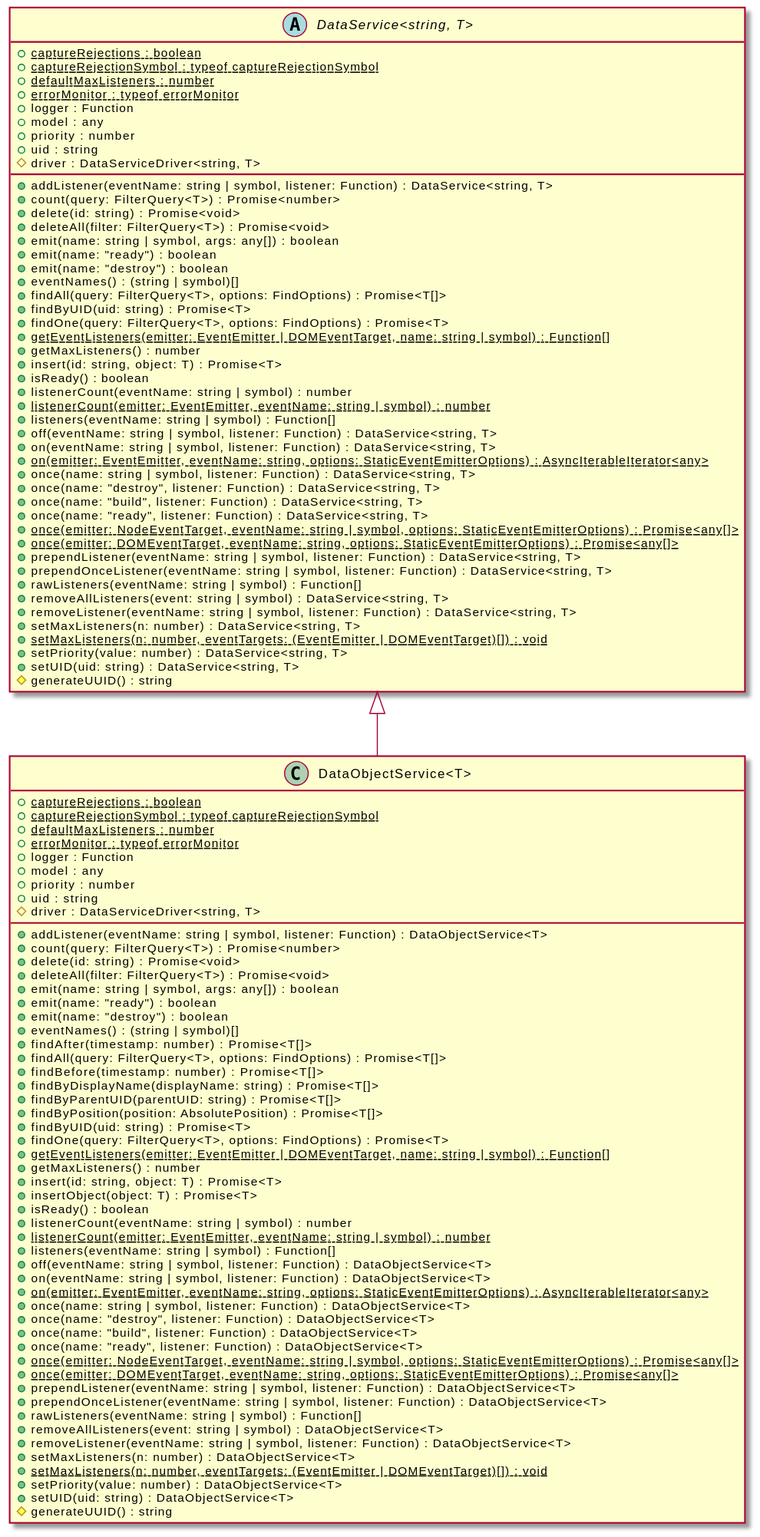
Before: assets/DataObjectService-umlClassDiagram-6962.svg, a diagram exported from PlantUML (OpenHPS/openhps-core).
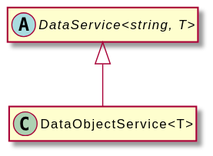
After the change.

What changed in the source:
```diff
@@ -3,106 +3,8 @@
 hide empty methods
 hide empty fields
 class "DataObjectService<T>" {
-    {static} +captureRejections : boolean
-    {static} +captureRejectionSymbol : typeof captureRejectionSymbol
-    {static} +defaultMaxListeners : number
-    {static} +errorMonitor : typeof errorMonitor
-    +logger : Function
-    +model : any
-    +priority : number
-    +uid : string
-    #driver : DataServiceDriver<string, T>
-    +addListener(eventName: string | symbol, listener: Function) : DataObjectService<T>
-    +count(query: FilterQuery<T>) : Promise<number>
-    +delete(id: string) : Promise<void>
-    +deleteAll(filter: FilterQuery<T>) : Promise<void>
-    +emit(name: string | symbol, args: any[]) : boolean
-    +emit(name: "ready") : boolean
-    +emit(name: "destroy") : boolean
-    +eventNames() : (string | symbol)[]
-    +findAfter(timestamp: number) : Promise<T[]>
-    +findAll(query: FilterQuery<T>, options: FindOptions) : Promise<T[]>
-    +findBefore(timestamp: number) : Promise<T[]>
-    +findByDisplayName(displayName: string) : Promise<T[]>
-    +findByParentUID(parentUID: string) : Promise<T[]>
-    +findByPosition(position: AbsolutePosition) : Promise<T[]>
-    +findByUID(uid: string) : Promise<T>
-    +findOne(query: FilterQuery<T>, options: FindOptions) : Promise<T>
-    {static} +getEventListeners(emitter: EventEmitter | DOMEventTarget, name: string | symbol) : Function[]
-    +getMaxListeners() : number
-    +insert(id: string, object: T) : Promise<T>
-    +insertObject(object: T) : Promise<T>
-    +isReady() : boolean
-    +listenerCount(eventName: string | symbol) : number
-    {static} +listenerCount(emitter: EventEmitter, eventName: string | symbol) : number
-    +listeners(eventName: string | symbol) : Function[]
-    +off(eventName: string | symbol, listener: Function) : DataObjectService<T>
-    +on(eventName: string | symbol, listener: Function) : DataObjectService<T>
-    {static} +on(emitter: EventEmitter, eventName: string, options: StaticEventEmitterOptions) : AsyncIterableIterator<any>
-    +once(name: string | symbol, listener: Function) : DataObjectService<T>
-    +once(name: "destroy", listener: Function) : DataObjectService<T>
-    +once(name: "build", listener: Function) : DataObjectService<T>
-    +once(name: "ready", listener: Function) : DataObjectService<T>
-    {static} +once(emitter: NodeEventTarget, eventName: string | symbol, options: StaticEventEmitterOptions) : Promise<any[]>
-    {static} +once(emitter: DOMEventTarget, eventName: string, options: StaticEventEmitterOptions) : Promise<any[]>
-    +prependListener(eventName: string | symbol, listener: Function) : DataObjectService<T>
-    +prependOnceListener(eventName: string | symbol, listener: Function) : DataObjectService<T>
-    +rawListeners(eventName: string | symbol) : Function[]
-    +removeAllListeners(event: string | symbol) : DataObjectService<T>
-    +removeListener(eventName: string | symbol, listener: Function) : DataObjectService<T>
-    +setMaxListeners(n: number) : DataObjectService<T>
-    {static} +setMaxListeners(n: number, eventTargets: (EventEmitter | DOMEventTarget)[]) : void
-    +setPriority(value: number) : DataObjectService<T>
-    +setUID(uid: string) : DataObjectService<T>
-    #generateUUID() : string
 }
 abstract class "DataService<string, T>" {
-    {static} +captureRejections : boolean
-    {static} +captureRejectionSymbol : typeof captureRejectionSymbol
-    {static} +defaultMaxListeners : number
-    {static} +errorMonitor : typeof errorMonitor
-    +logger : Function
-    +model : any
-    +priority : number
-    +uid : string
-    #driver : DataServiceDriver<string, T>
-    +addListener(eventName: string | symbol, listener: Function) : DataService<string, T>
-    +count(query: FilterQuery<T>) : Promise<number>
-    +delete(id: string) : Promise<void>
-    +deleteAll(filter: FilterQuery<T>) : Promise<void>
-    +emit(name: string | symbol, args: any[]) : boolean
-    +emit(name: "ready") : boolean
-    +emit(name: "destroy") : boolean
-    +eventNames() : (string | symbol)[]
-    +findAll(query: FilterQuery<T>, options: FindOptions) : Promise<T[]>
-    +findByUID(uid: string) : Promise<T>
-    +findOne(query: FilterQuery<T>, options: FindOptions) : Promise<T>
-    {static} +getEventListeners(emitter: EventEmitter | DOMEventTarget, name: string | symbol) : Function[]
-    +getMaxListeners() : number
-    +insert(id: string, object: T) : Promise<T>
-    +isReady() : boolean
-    +listenerCount(eventName: string | symbol) : number
-    {static} +listenerCount(emitter: EventEmitter, eventName: string | symbol) : number
-    +listeners(eventName: string | symbol) : Function[]
-    +off(eventName: string | symbol, listener: Function) : DataService<string, T>
-    +on(eventName: string | symbol, listener: Function) : DataService<string, T>
-    {static} +on(emitter: EventEmitter, eventName: string, options: StaticEventEmitterOptions) : AsyncIterableIterator<any>
-    +once(name: string | symbol, listener: Function) : DataService<string, T>
-    +once(name: "destroy", listener: Function) : DataService<string, T>
-    +once(name: "build", listener: Function) : DataService<string, T>
-    +once(name: "ready", listener: Function) : DataService<string, T>
-    {static} +once(emitter: NodeEventTarget, eventName: string | symbol, options: StaticEventEmitterOptions) : Promise<any[]>
-    {static} +once(emitter: DOMEventTarget, eventName: string, options: StaticEventEmitterOptions) : Promise<any[]>
-    +prependListener(eventName: string | symbol, listener: Function) : DataService<string, T>
-    +prependOnceListener(eventName: string | symbol, listener: Function) : DataService<string, T>
-    +rawListeners(eventName: string | symbol) : Function[]
-    +removeAllListeners(event: string | symbol) : DataService<string, T>
-    +removeListener(eventName: string | symbol, listener: Function) : DataService<string, T>
-    +setMaxListeners(n: number) : DataService<string, T>
-    {static} +setMaxListeners(n: number, eventTargets: (EventEmitter | DOMEventTarget)[]) : void
-    +setPriority(value: number) : DataService<string, T>
-    +setUID(uid: string) : DataService<string, T>
-    #generateUUID() : string
 }
 "DataService<string, T>" <|-- "DataObjectService<T>"
 @enduml
```
